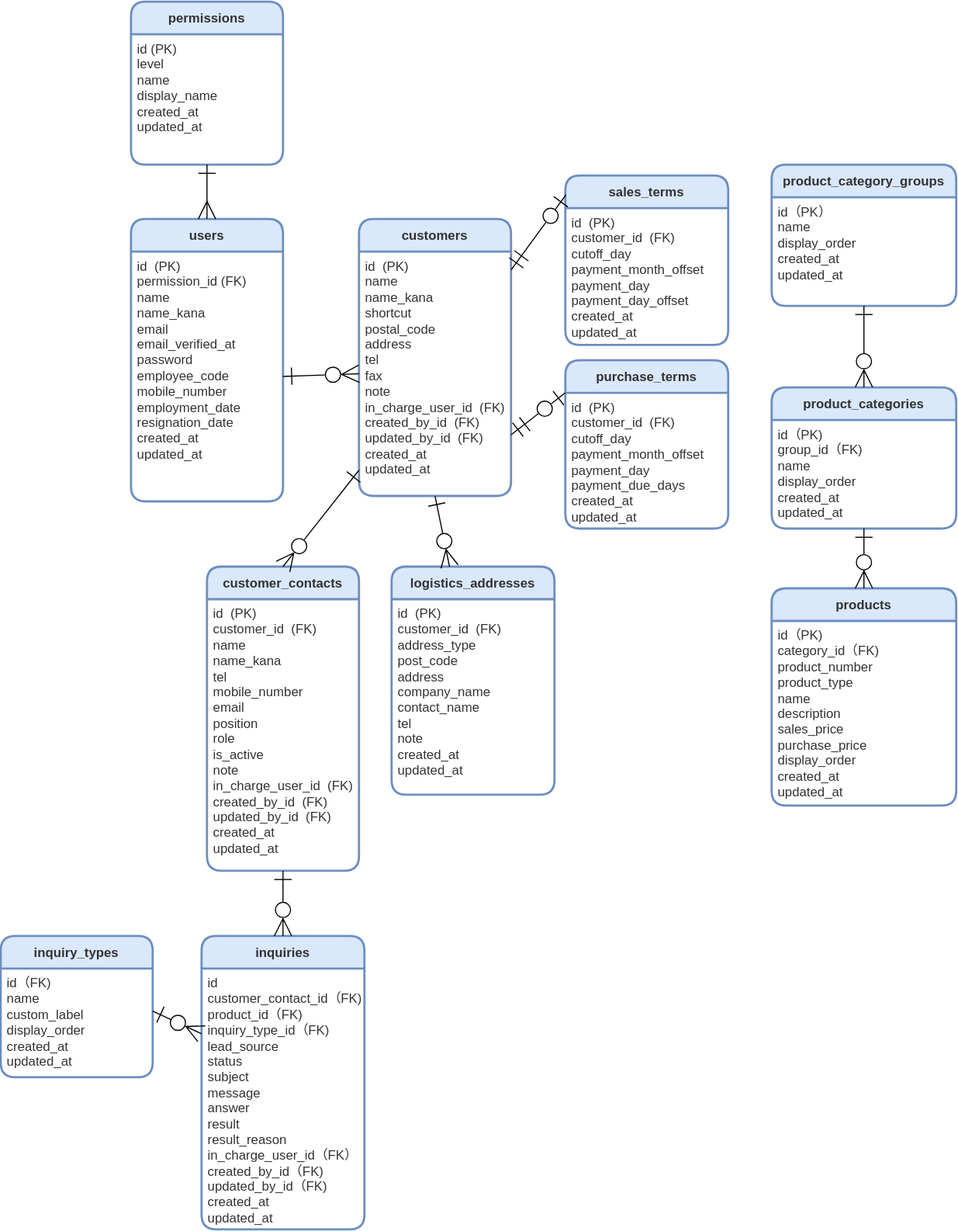
Before: src/docs/ER.drawio.svg, a diagram exported from draw.io (ryo-tom/flagship). Source tidied: cells renumbered, new cells last; positions are measured from the earlier drawing's top-left corner, leaving out a move shared by most shapes.
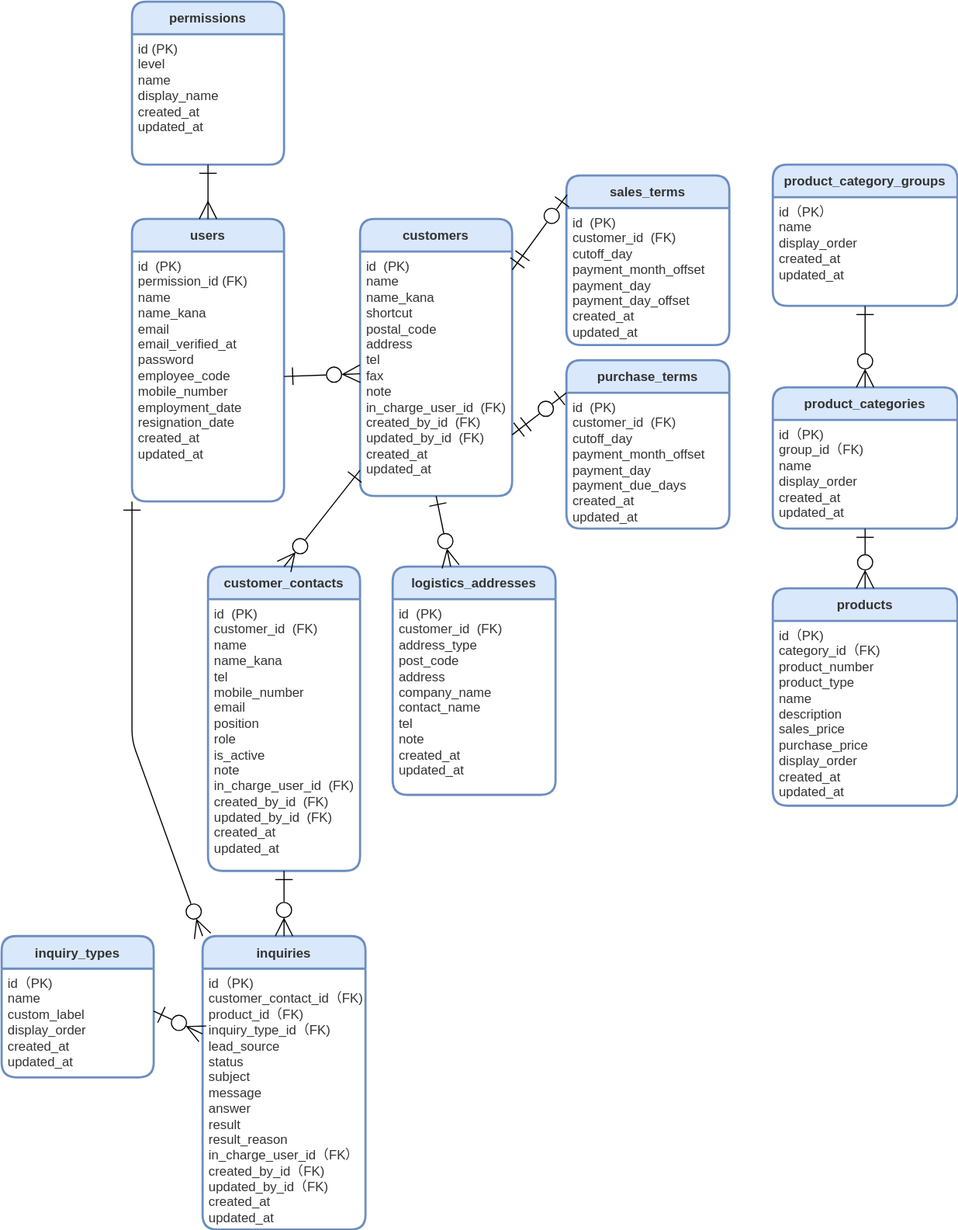
After the commit.

Change to the diagram source:
```diff
@@ -89,13 +89,13 @@
     <mxCell id="30" value="inquiry_types" style="swimlane;horizontal=1;startSize=30;rounded=1;fontSize=12;fontStyle=1;strokeWidth=2;shadow=0;dashed=0;align=center;fillColor=#dae8fc;strokeColor=#6c8ebf;fontColor=#333333;labelBackgroundColor=none;gradientColor=none;swimlaneFillColor=#FFFFFF;verticalAlign=middle;" parent="1" vertex="1">
       <mxGeometry y="860" width="140" height="130" as="geometry" />
     </mxCell>
-    <mxCell id="31" value="&lt;div&gt;id（FK)&lt;/div&gt;&lt;div&gt;name&lt;/div&gt;&lt;div&gt;custom_label&lt;/div&gt;display_order&lt;div&gt;&lt;span style=&quot;background-color: initial;&quot;&gt;created_at&lt;/span&gt;&lt;br&gt;&lt;/div&gt;&lt;div&gt;updated_at&lt;/div&gt;" style="align=left;strokeColor=none;fillColor=none;spacingLeft=4;fontSize=12;verticalAlign=top;fontColor=#333333;html=1;" parent="30" vertex="1">
+    <mxCell id="31" value="&lt;div&gt;id（PK)&lt;/div&gt;&lt;div&gt;name&lt;/div&gt;&lt;div&gt;custom_label&lt;/div&gt;display_order&lt;div&gt;&lt;span style=&quot;background-color: initial;&quot;&gt;created_at&lt;/span&gt;&lt;br&gt;&lt;/div&gt;&lt;div&gt;updated_at&lt;/div&gt;" style="align=left;strokeColor=none;fillColor=none;spacingLeft=4;fontSize=12;verticalAlign=top;fontColor=#333333;html=1;" parent="30" vertex="1">
       <mxGeometry y="30" width="140" height="100" as="geometry" />
     </mxCell>
     <mxCell id="32" value="inquiries" style="swimlane;horizontal=1;startSize=30;rounded=1;fontSize=12;fontStyle=1;strokeWidth=2;shadow=0;dashed=0;align=center;fillColor=#dae8fc;strokeColor=#6c8ebf;fontColor=#333333;labelBackgroundColor=none;gradientColor=none;swimlaneFillColor=#FFFFFF;verticalAlign=middle;" parent="1" vertex="1">
       <mxGeometry x="185" y="860" width="150" height="270" as="geometry" />
     </mxCell>
-    <mxCell id="33" value="&lt;div&gt;id&lt;/div&gt;&lt;div&gt;customer_contact_id（FK)&lt;/div&gt;&lt;div&gt;product_id（FK)&lt;/div&gt;&lt;div&gt;inquiry_type_id（FK)&lt;/div&gt;&lt;div&gt;lead_source&lt;/div&gt;&lt;div&gt;status&lt;/div&gt;&lt;div&gt;subject&lt;br&gt;&lt;/div&gt;&lt;div&gt;message&lt;/div&gt;&lt;div&gt;answer&lt;/div&gt;&lt;div&gt;result&lt;/div&gt;&lt;div&gt;result_reason&lt;/div&gt;&lt;div&gt;in_charge_user_id（FK）&lt;/div&gt;&lt;div&gt;created_by_id（FK)&lt;/div&gt;&lt;div&gt;updated_by_id（FK)&lt;/div&gt;&lt;div&gt;created_at&lt;/div&gt;&lt;div&gt;updated_at&lt;/div&gt;" style="align=left;strokeColor=none;fillColor=none;spacingLeft=4;fontSize=12;verticalAlign=top;fontColor=#333333;html=1;" parent="32" vertex="1">
+    <mxCell id="33" value="&lt;div&gt;id（PK)&lt;/div&gt;&lt;div&gt;customer_contact_id（FK)&lt;/div&gt;&lt;div&gt;product_id（FK)&lt;/div&gt;&lt;div&gt;inquiry_type_id（FK)&lt;/div&gt;&lt;div&gt;lead_source&lt;/div&gt;&lt;div&gt;status&lt;/div&gt;&lt;div&gt;subject&lt;br&gt;&lt;/div&gt;&lt;div&gt;message&lt;/div&gt;&lt;div&gt;answer&lt;/div&gt;&lt;div&gt;result&lt;/div&gt;&lt;div&gt;result_reason&lt;/div&gt;&lt;div&gt;in_charge_user_id（FK）&lt;/div&gt;&lt;div&gt;created_by_id（FK)&lt;/div&gt;&lt;div&gt;updated_by_id（FK)&lt;/div&gt;&lt;div&gt;created_at&lt;/div&gt;&lt;div&gt;updated_at&lt;/div&gt;" style="align=left;strokeColor=none;fillColor=none;spacingLeft=4;fontSize=12;verticalAlign=top;fontColor=#333333;html=1;" parent="32" vertex="1">
       <mxGeometry y="30" width="150" height="240" as="geometry" />
     </mxCell>
     <mxCell id="34" style="edgeStyle=none;shape=connector;rounded=1;jumpStyle=none;jumpSize=6;html=1;entryX=0;entryY=0.25;entryDx=0;entryDy=0;shadow=0;labelBackgroundColor=default;strokeColor=default;fontFamily=Helvetica;fontSize=12;fontColor=default;startArrow=ERone;startFill=0;endArrow=ERzeroToMany;endFill=0;startSize=14;endSize=14;targetPerimeterSpacing=0;verticalAlign=top;exitX=0.999;exitY=0.39;exitDx=0;exitDy=0;exitPerimeter=0;" parent="1" edge="1" source="31" target="33">
@@ -104,5 +104,12 @@
     <mxCell id="35" style="edgeStyle=none;shape=connector;rounded=1;jumpStyle=none;jumpSize=6;html=1;shadow=0;labelBackgroundColor=default;strokeColor=default;fontFamily=Helvetica;fontSize=12;fontColor=default;startArrow=ERone;startFill=0;endArrow=ERzeroToMany;endFill=0;startSize=14;endSize=14;targetPerimeterSpacing=0;verticalAlign=top;exitX=0.5;exitY=1;exitDx=0;exitDy=0;" parent="1" edge="1" source="11" target="32">
       <mxGeometry relative="1" as="geometry" />
     </mxCell>
+    <mxCell id="36" style="edgeStyle=none;shape=connector;rounded=1;jumpStyle=none;jumpSize=6;html=1;shadow=0;labelBackgroundColor=default;strokeColor=default;fontFamily=Helvetica;fontSize=12;fontColor=default;startArrow=ERone;startFill=0;endArrow=ERzeroToMany;endFill=0;startSize=14;endSize=14;targetPerimeterSpacing=0;verticalAlign=top;entryX=0;entryY=0;entryDx=0;entryDy=0;exitX=0;exitY=1;exitDx=0;exitDy=0;" parent="1" edge="1" source="5" target="32">
+      <mxGeometry relative="1" as="geometry">
+        <Array as="points">
+          <mxPoint x="120" y="680" />
+        </Array>
+      </mxGeometry>
+    </mxCell>
   </root>
 </mxGraphModel>
```
